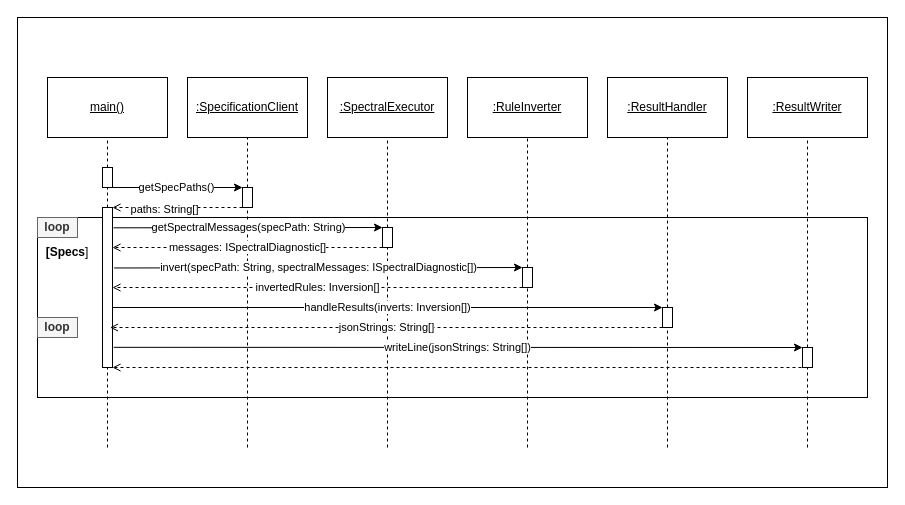
Before: requirements/diagram/runtimeview.drawio in paulbrenker/thesis, a draw.io diagram. Source tidied: cells renumbered, new cells numbered last; positions are measured from the earlier drawing's top-left corner, leaving out a move shared by most shapes. Both pictures are drawn from the tidied source at 100%, with x=0, y=0 at pixel (17, 17).
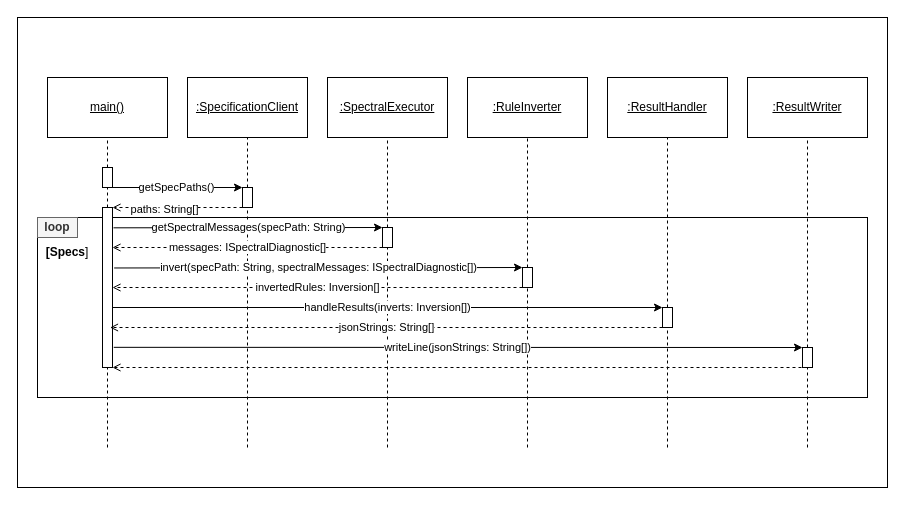
Above is the later version.

The edit, as a diff of the source:
```diff
@@
-    <mxCell id="45" value="&lt;b&gt;loop&lt;/b&gt;" style="rounded=0;whiteSpace=wrap;html=1;fillColor=#f5f5f5;fontColor=#333333;strokeColor=#666666;" parent="1" vertex="1">
-      <mxGeometry x="20" y="300" width="40" height="20" as="geometry" />
-    </mxCell>
```
